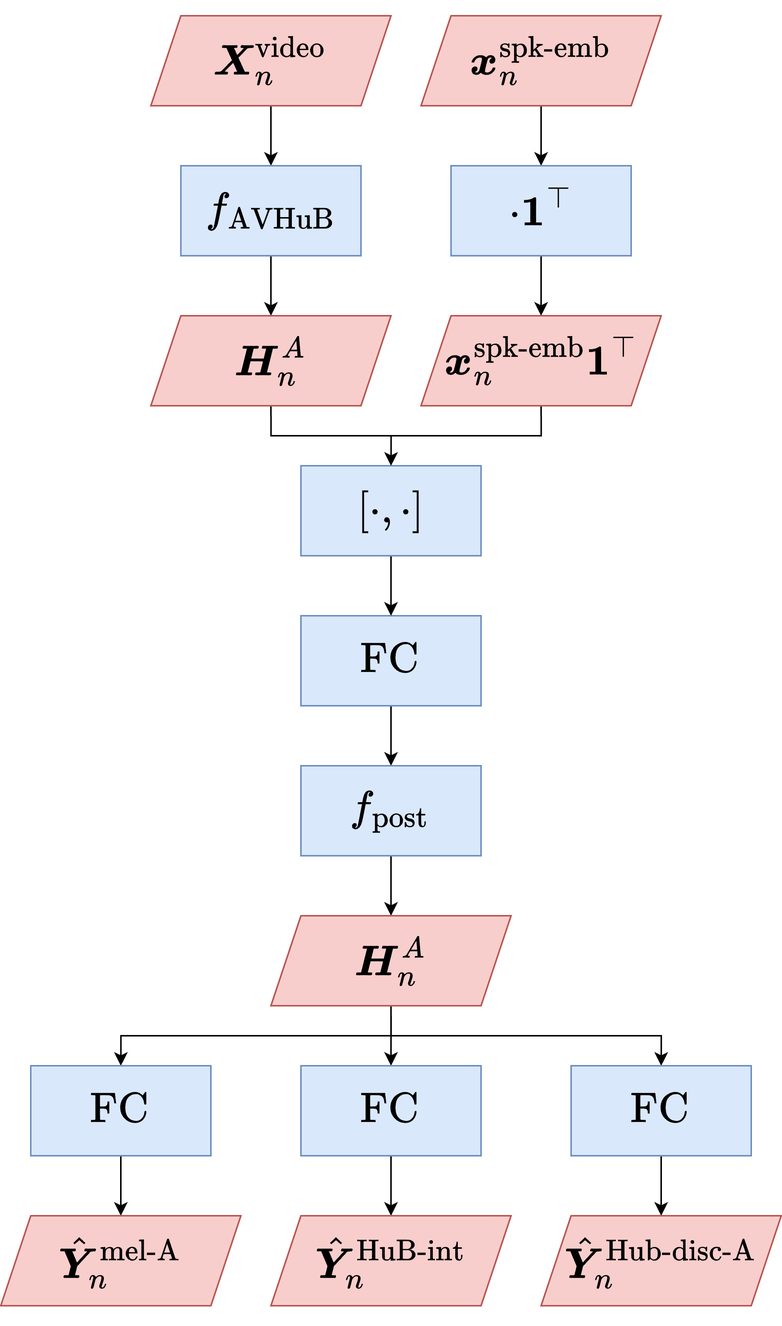
Earlier version of the draw.io export figure/sec4/model_2/networkA.drawio.png (kyushusouth/master_thesis). Source tidied: cells renumbered, new cells last; positions are measured from the earlier drawing's top-left corner, leaving out a move shared by most shapes.
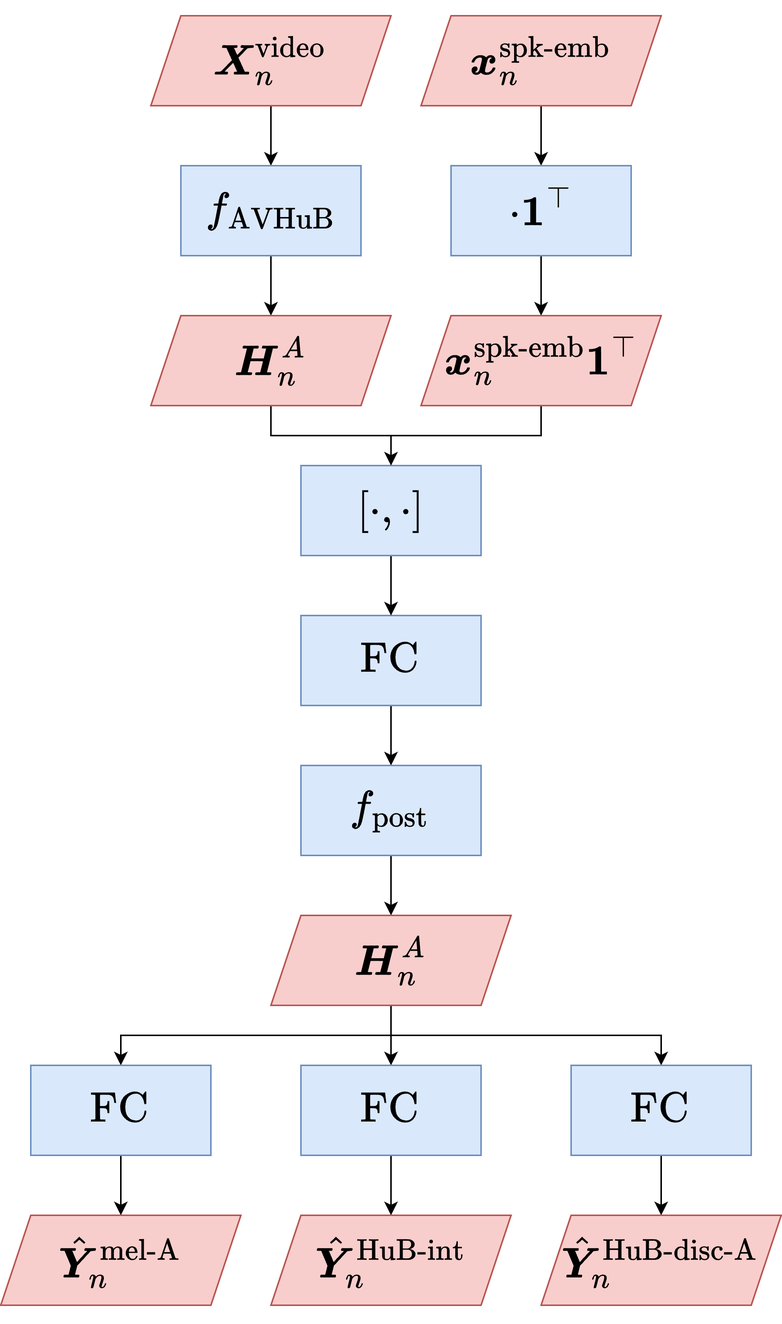
The same diagram one commit later.

What changed in the source:
```diff
@@ -92,7 +92,7 @@
     <mxCell id="31" value="$$\hat{\boldsymbol{Y}}_{n}^{\text{mel-A}}$$" style="shape=parallelogram;perimeter=parallelogramPerimeter;whiteSpace=wrap;html=1;fixedSize=1;fontSize=24;fillColor=#f8cecc;strokeColor=#b85450;" parent="1" vertex="1">
       <mxGeometry y="800" width="160" height="60" as="geometry" />
     </mxCell>
-    <mxCell id="32" value="$$\hat{\boldsymbol{Y}}_{n}^{\text{Hub-disc-A}}$$" style="shape=parallelogram;perimeter=parallelogramPerimeter;whiteSpace=wrap;html=1;fixedSize=1;fontSize=24;fillColor=#f8cecc;strokeColor=#b85450;" parent="1" vertex="1">
+    <mxCell id="32" value="$$\hat{\boldsymbol{Y}}_{n}^{\text{HuB-disc-A}}$$" style="shape=parallelogram;perimeter=parallelogramPerimeter;whiteSpace=wrap;html=1;fixedSize=1;fontSize=24;fillColor=#f8cecc;strokeColor=#b85450;" parent="1" vertex="1">
       <mxGeometry x="360" y="800" width="160" height="60" as="geometry" />
     </mxCell>
   </root>
```
